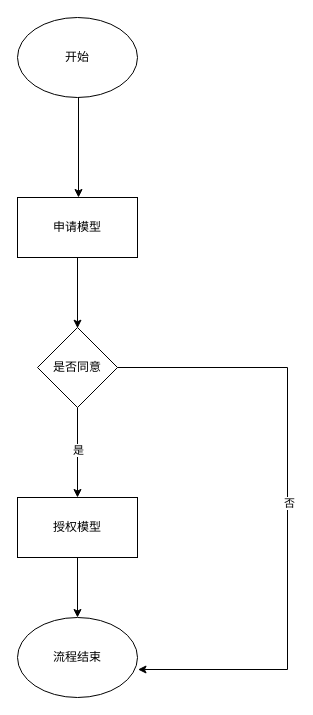
Above: flinkx/模型申请流程图.drawio in iFence/aspirin-parent (draw.io), before the change. Source tidied: cells renumbered, new cells numbered last; positions are measured from the earlier drawing's top-left corner, leaving out a move shared by most shapes. Both pictures are drawn from the tidied source at 100%, with x=0, y=0 at pixel (17, 17).
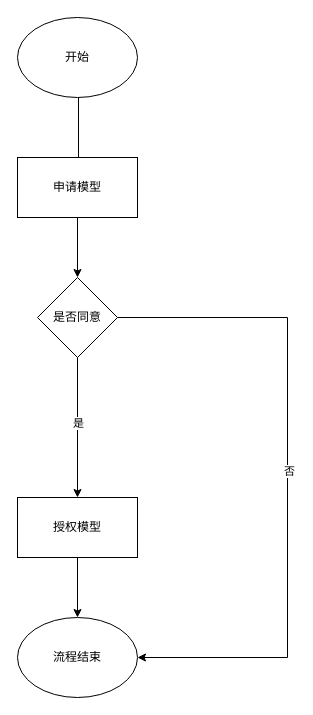
The same diagram, later.

Commit message:
更新模型申请流程图.drawio

What changed in the source:
```diff
@@
 <mxGraphModel>
   <root>
     <mxCell id="0" />
     <mxCell id="1" parent="0" />
     <mxCell id="2" value="开始" style="ellipse;whiteSpace=wrap;html=1;" parent="1" vertex="1">
       <mxGeometry width="120" height="80" as="geometry" />
     </mxCell>
     <mxCell id="3" style="endArrow=classic;html=1;rounded=0;" parent="1" edge="1">
       <mxGeometry relative="1" as="geometry">
         <mxPoint x="61" y="80" as="sourcePoint" />
         <mxPoint x="61" y="180" as="targetPoint" />
       </mxGeometry>
     </mxCell>
     <mxCell id="4" value="申请模型" style="rounded=0;whiteSpace=wrap;html=1;" parent="1" vertex="1">
-      <mxGeometry y="180" width="120" height="60" as="geometry" />
+      <mxGeometry y="140" width="120" height="60" as="geometry" />
     </mxCell>
-    <mxCell id="5" style="endArrow=classic;html=1;rounded=0;" parent="1" edge="1" source="4">
+    <mxCell id="5" style="endArrow=classic;html=1;rounded=0;" parent="1" edge="1" source="8">
       <mxGeometry relative="1" as="geometry">
         <mxPoint x="60" y="310.7" as="targetPoint" />
       </mxGeometry>
     </mxCell>
     <mxCell id="6" style="edgeStyle=orthogonalEdgeStyle;rounded=0;jettySize=auto;html=1;" parent="1" edge="1" source="8" target="10">
       <mxGeometry relative="1" as="geometry" />
     </mxCell>
     <mxCell id="7" value="是" style="edgeLabel;html=1;align=center;verticalAlign=middle;" parent="6" vertex="1">
       <mxGeometry x="-0.07" relative="1" as="geometry" />
     </mxCell>
-    <mxCell id="8" value="是否同意" style="rhombus;whiteSpace=wrap;html=1;" parent="1" vertex="1">
-      <mxGeometry x="20" y="310" width="80" height="80" as="geometry" />
-    </mxCell>
     <mxCell id="9" style="edgeStyle=orthogonalEdgeStyle;rounded=0;jettySize=auto;html=1;" parent="1" edge="1" source="10" target="11">
       <mxGeometry relative="1" as="geometry" />
     </mxCell>
     <mxCell id="10" value="授权模型" style="whiteSpace=wrap;html=1;" parent="1" vertex="1">
       <mxGeometry y="480" width="120" height="60" as="geometry" />
     </mxCell>
     <mxCell id="11" value="流程结束" style="ellipse;whiteSpace=wrap;html=1;" parent="1" vertex="1">
       <mxGeometry y="600" width="120" height="80" as="geometry" />
     </mxCell>
-    <mxCell id="12" style="endArrow=classic;html=1;rounded=0;entryX=1.004;entryY=0.65;entryDx=0;entryDy=0;entryPerimeter=0;" parent="1" edge="1" target="11">
+    <mxCell id="12" style="endArrow=classic;html=1;rounded=0;entryX=1;entryY=0.5;entryDx=0;entryDy=0;" parent="1" edge="1" target="11">
       <mxGeometry relative="1" as="geometry">
-        <mxPoint x="100" y="350" as="sourcePoint" />
+        <mxPoint x="100" y="300" as="sourcePoint" />
         <Array as="points">
-          <mxPoint x="270" y="350" />
-          <mxPoint x="270" y="652" />
+          <mxPoint x="270" y="300" />
+          <mxPoint x="270" y="640" />
         </Array>
       </mxGeometry>
     </mxCell>
     <mxCell id="13" value="否" style="edgeLabel;html=1;align=center;verticalAlign=middle;" parent="12" vertex="1">
       <mxGeometry x="-0.02" y="1" relative="1" as="geometry" />
     </mxCell>
+    <mxCell id="14" style="endArrow=classic;html=1;rounded=0;" parent="1" edge="1" source="4" target="8">
+      <mxGeometry relative="1" as="geometry" />
+    </mxCell>
+    <mxCell id="8" value="是否同意" style="rhombus;whiteSpace=wrap;html=1;" parent="1" vertex="1">
+      <mxGeometry x="20" y="260" width="80" height="80" as="geometry" />
+    </mxCell>
   </root>
 </mxGraphModel>
```
